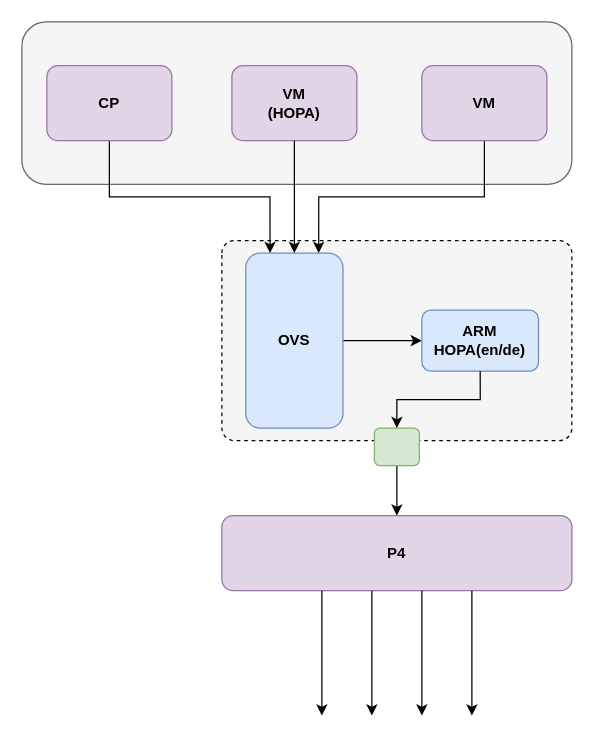
Earlier version of the draw.io diagram 框架.drawio (CHRIS123540/Repath). Source tidied: cells renumbered, new cells numbered last; positions are measured from the earlier drawing's top-left corner, leaving out a move shared by most shapes. Both pictures are drawn from the tidied source at 125%, with x=0, y=0 at pixel (21, 21).
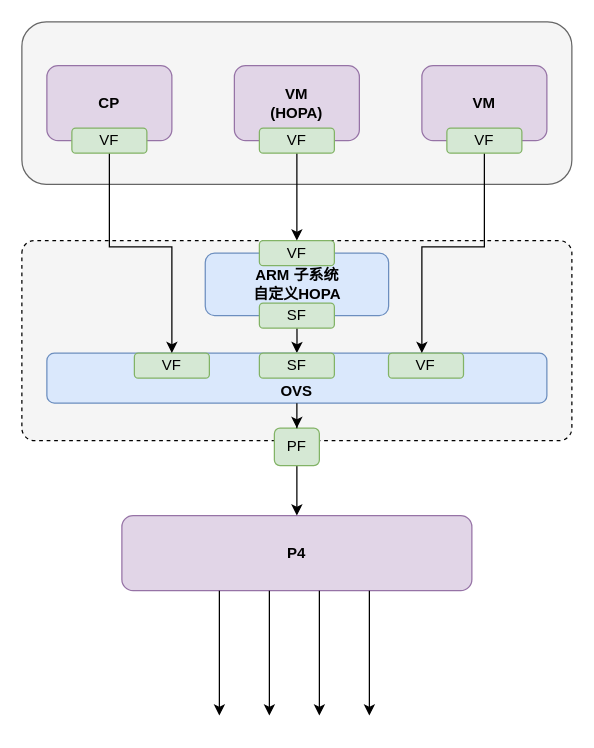
The same page after the edit.

The edit, as a diff of the source:
```diff
@@
     <mxCell id="3" style="shape=mxgraph.bpmn.task;whiteSpace=wrap;rectStyle=rounded;size=10;html=1;taskMarker=abstract;fillColor=#f5f5f5;fontColor=#333333;strokeColor=default;labelPosition=left;verticalLabelPosition=top;align=right;verticalAlign=bottom;dashed=1;fontSize=12;fontStyle=1;" parent="1" vertex="1">
-      <mxGeometry x="160" y="175" width="280" height="160" as="geometry" />
+      <mxGeometry y="175" width="440" height="160" as="geometry" />
     </mxCell>
-    <mxCell id="4" style="edgeStyle=orthogonalEdgeStyle;rounded=0;jettySize=auto;html=1;exitX=1;exitY=0.5;exitDx=0;exitDy=0;entryX=0;entryY=0.5;entryDx=0;entryDy=0;" parent="3" edge="1" source="5" target="6">
-      <mxGeometry relative="1" as="geometry" />
-    </mxCell>
+    <mxCell id="21" style="edgeStyle=orthogonalEdgeStyle;rounded=0;jettySize=auto;html=1;exitX=0.5;exitY=1;exitDx=0;exitDy=0;" parent="3" edge="1" source="6" target="5">
+      <mxGeometry relative="1" as="geometry" />
+    </mxCell>
+    <mxCell id="6" value="ARM 子系统&lt;br&gt;自定义HOPA" style="rounded=1;whiteSpace=wrap;html=1;fillColor=#dae8fc;strokeColor=#6c8ebf;fontSize=12;fontStyle=1;" parent="3" vertex="1">
+      <mxGeometry x="146.7" y="10" width="146.7" height="50" as="geometry" />
+    </mxCell>
-    <mxCell id="5" value="OVS" style="rounded=1;whiteSpace=wrap;html=1;fillColor=#dae8fc;strokeColor=#6c8ebf;fontSize=12;fontStyle=1;" parent="3" vertex="1">
-      <mxGeometry x="19.1" y="10" width="77.8" height="140" as="geometry" />
+    <mxCell id="5" value="OVS" style="rounded=1;whiteSpace=wrap;html=1;fillColor=#dae8fc;strokeColor=#6c8ebf;fontSize=12;fontStyle=1;verticalAlign=bottom;" parent="3" vertex="1">
+      <mxGeometry x="20" y="90" width="400" height="40" as="geometry" />
     </mxCell>
-    <mxCell id="6" value="ARM&lt;br&gt;HOPA(en/de)" style="rounded=1;whiteSpace=wrap;html=1;fillColor=#dae8fc;strokeColor=#6c8ebf;fontSize=12;fontStyle=1;" parent="3" vertex="1">
-      <mxGeometry x="160" y="55.6" width="93.3" height="48.8" as="geometry" />
-    </mxCell>
+    <mxCell id="22" value="SF" style="rounded=1;whiteSpace=wrap;html=1;fillColor=#d5e8d4;strokeColor=#82b366;" parent="3" vertex="1">
+      <mxGeometry x="190" y="50" width="60" height="20" as="geometry" />
+    </mxCell>
+    <mxCell id="23" value="VF" style="rounded=1;whiteSpace=wrap;html=1;fillColor=#d5e8d4;strokeColor=#82b366;" parent="3" vertex="1">
+      <mxGeometry x="190" width="60" height="20" as="geometry" />
+    </mxCell>
+    <mxCell id="24" value="VF" style="rounded=1;whiteSpace=wrap;html=1;fillColor=#d5e8d4;strokeColor=#82b366;" parent="3" vertex="1">
+      <mxGeometry x="90" y="90" width="60" height="20" as="geometry" />
+    </mxCell>
+    <mxCell id="25" value="VF" style="rounded=1;whiteSpace=wrap;html=1;fillColor=#d5e8d4;strokeColor=#82b366;" parent="3" vertex="1">
+      <mxGeometry x="293.3" y="90" width="60" height="20" as="geometry" />
+    </mxCell>
+    <mxCell id="26" value="SF" style="rounded=1;whiteSpace=wrap;html=1;fillColor=#d5e8d4;strokeColor=#82b366;" parent="3" vertex="1">
+      <mxGeometry x="190" y="90" width="60" height="20" as="geometry" />
+    </mxCell>
     <mxCell id="7" value="P4" style="rounded=1;whiteSpace=wrap;html=1;fillColor=#e1d5e7;strokeColor=#9673a6;fontSize=12;fontStyle=1;" parent="1" vertex="1">
-      <mxGeometry x="160" y="395" width="280" height="60" as="geometry" />
+      <mxGeometry x="80" y="395" width="280" height="60" as="geometry" />
     </mxCell>
+    <mxCell id="27" style="edgeStyle=orthogonalEdgeStyle;rounded=0;jettySize=auto;html=1;exitX=0.5;exitY=1;exitDx=0;exitDy=0;" parent="1" edge="1" source="8">
+      <mxGeometry relative="1" as="geometry">
+        <mxPoint x="220" y="175" as="targetPoint" />
+      </mxGeometry>
+    </mxCell>
     <mxCell id="8" value="VM&lt;br&gt;(HOPA)" style="rounded=1;whiteSpace=wrap;html=1;fillColor=#e1d5e7;strokeColor=#9673a6;fontSize=12;fontStyle=1;" parent="1" vertex="1">
-      <mxGeometry x="168" y="35" width="100" height="60" as="geometry" />
+      <mxGeometry x="170" y="35" width="100" height="60" as="geometry" />
     </mxCell>
@@
-    <mxCell id="11" style="edgeStyle=orthogonalEdgeStyle;rounded=0;jettySize=auto;html=1;exitX=0.5;exitY=1;exitDx=0;exitDy=0;entryX=0.5;entryY=0;entryDx=0;entryDy=0;" parent="1" edge="1" source="8" target="5">
-      <mxGeometry relative="1" as="geometry" />
-    </mxCell>
     <mxCell id="12" style="endArrow=classic;html=1;rounded=0;" parent="1" edge="1">
       <mxGeometry relative="1" as="geometry">
-        <mxPoint x="240" y="455" as="sourcePoint" />
-        <mxPoint x="240" y="555" as="targetPoint" />
+        <mxPoint x="158" y="455" as="sourcePoint" />
+        <mxPoint x="158" y="555" as="targetPoint" />
       </mxGeometry>
     </mxCell>
     <mxCell id="13" style="endArrow=classic;html=1;rounded=0;" parent="1" edge="1">
       <mxGeometry relative="1" as="geometry">
-        <mxPoint x="280" y="455" as="sourcePoint" />
-        <mxPoint x="280" y="555" as="targetPoint" />
+        <mxPoint x="198" y="455" as="sourcePoint" />
+        <mxPoint x="198" y="555" as="targetPoint" />
       </mxGeometry>
     </mxCell>
     <mxCell id="14" style="endArrow=classic;html=1;rounded=0;" parent="1" edge="1">
       <mxGeometry relative="1" as="geometry">
-        <mxPoint x="320" y="455" as="sourcePoint" />
-        <mxPoint x="320" y="555" as="targetPoint" />
+        <mxPoint x="238" y="455" as="sourcePoint" />
+        <mxPoint x="238" y="555" as="targetPoint" />
       </mxGeometry>
     </mxCell>
     <mxCell id="15" style="endArrow=classic;html=1;rounded=0;" parent="1" edge="1">
       <mxGeometry relative="1" as="geometry">
-        <mxPoint x="360" y="455" as="sourcePoint" />
-        <mxPoint x="360" y="555" as="targetPoint" />
+        <mxPoint x="278" y="455" as="sourcePoint" />
+        <mxPoint x="278" y="555" as="targetPoint" />
       </mxGeometry>
     </mxCell>
@@
-    <mxCell id="17" style="rounded=1;whiteSpace=wrap;html=1;fillColor=#d5e8d4;strokeColor=#82b366;" parent="1" vertex="1">
-      <mxGeometry x="282" y="325" width="36" height="30" as="geometry" />
+    <mxCell id="17" value="PF" style="rounded=1;whiteSpace=wrap;html=1;fillColor=#d5e8d4;strokeColor=#82b366;" parent="1" vertex="1">
+      <mxGeometry x="202" y="325" width="36" height="30" as="geometry" />
     </mxCell>
-    <mxCell id="18" style="edgeStyle=orthogonalEdgeStyle;rounded=0;jettySize=auto;html=1;exitX=0.5;exitY=1;exitDx=0;exitDy=0;entryX=0.5;entryY=0;entryDx=0;entryDy=0;" parent="1" edge="1" source="6" target="17">
-      <mxGeometry relative="1" as="geometry" />
-    </mxCell>
@@
+    <mxCell id="28" style="edgeStyle=orthogonalEdgeStyle;rounded=0;jettySize=auto;html=1;entryX=0.5;entryY=0;entryDx=0;entryDy=0;" parent="1" edge="1" source="5" target="17">
+      <mxGeometry relative="1" as="geometry" />
+    </mxCell>
+    <mxCell id="29" value="VF" style="rounded=1;whiteSpace=wrap;html=1;fillColor=#d5e8d4;strokeColor=#82b366;" parent="1" vertex="1">
+      <mxGeometry x="190" y="85" width="60" height="20" as="geometry" />
+    </mxCell>
+    <mxCell id="30" value="VF" style="rounded=1;whiteSpace=wrap;html=1;fillColor=#d5e8d4;strokeColor=#82b366;" parent="1" vertex="1">
+      <mxGeometry x="340" y="85" width="60" height="20" as="geometry" />
+    </mxCell>
+    <mxCell id="31" value="VF" style="rounded=1;whiteSpace=wrap;html=1;fillColor=#d5e8d4;strokeColor=#82b366;" parent="1" vertex="1">
+      <mxGeometry x="40" y="85" width="60" height="20" as="geometry" />
+    </mxCell>
```
